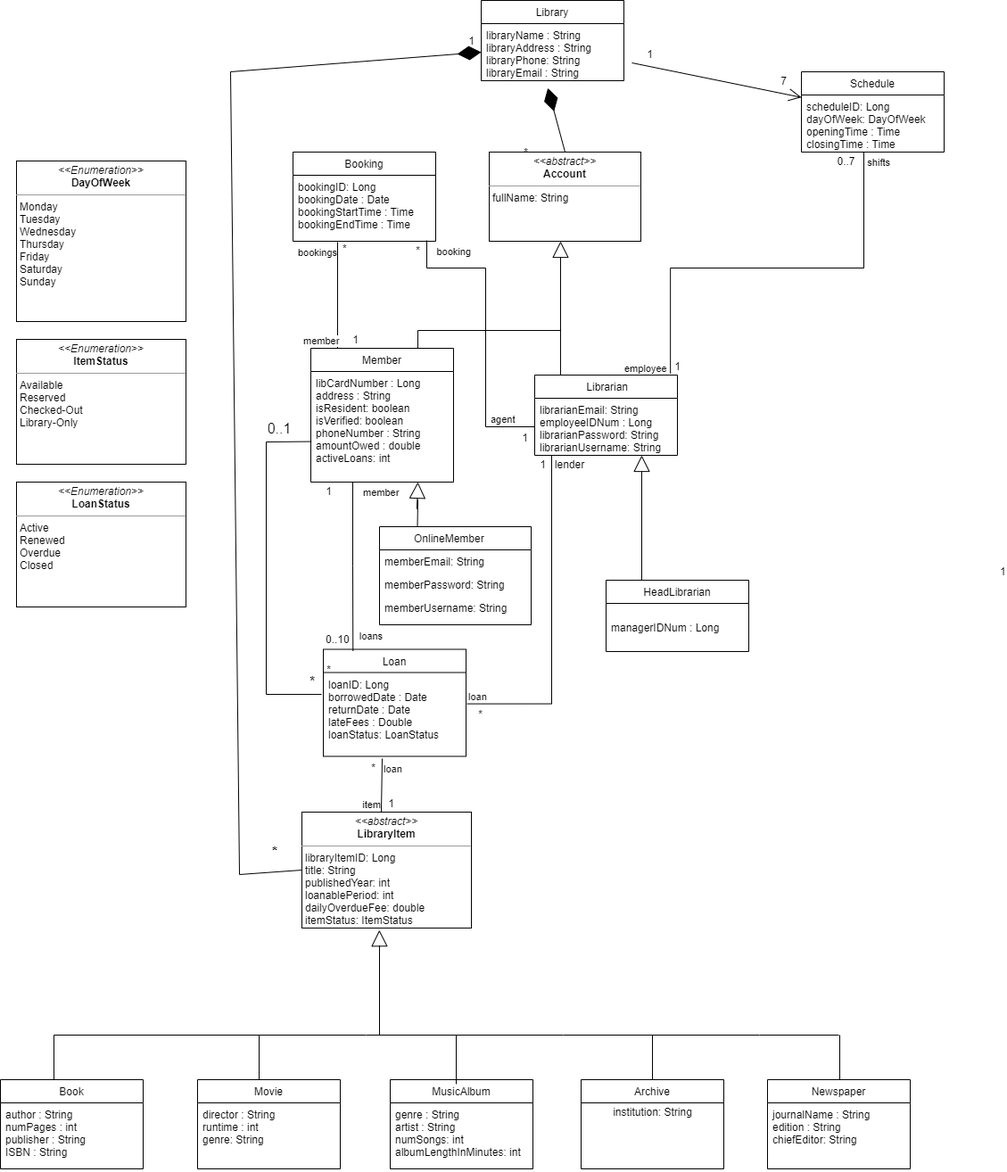
Before: UML-Group -UML.drawio.png, a diagram exported from draw.io (McGill-ECSE321-Fall2021/project-group-09). Source tidied: cells renumbered, new cells last; positions are measured from the earlier drawing's top-left corner, leaving out a move shared by most shapes.
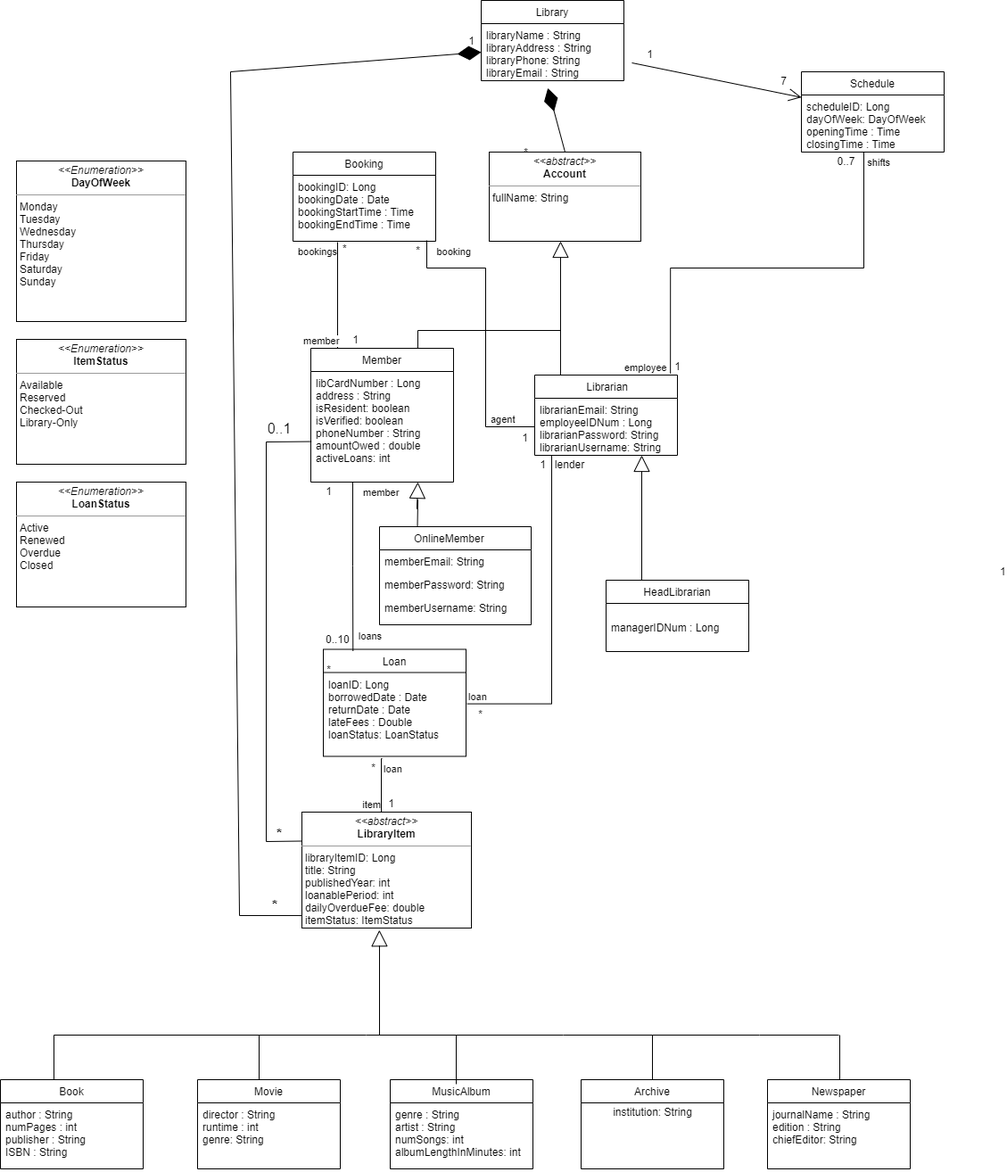
After the change.

Commit message:
fix domain model update for reserve association between member and library item

The edit, as a diff of the source:
```diff
@@ -383,10 +383,10 @@
     <mxCell id="94" value="&lt;p style=&quot;margin: 0px ; margin-top: 4px ; text-align: center&quot;&gt;&lt;i&gt;&amp;lt;&amp;lt;Enumeration&amp;gt;&amp;gt;&lt;/i&gt;&lt;br&gt;&lt;b&gt;DayOfWeek&lt;/b&gt;&lt;/p&gt;&lt;hr size=&quot;1&quot;&gt;&lt;p style=&quot;margin: 0px ; margin-left: 4px&quot;&gt;Monday&lt;/p&gt;&lt;p style=&quot;margin: 0px ; margin-left: 4px&quot;&gt;Tuesday&lt;/p&gt;&lt;p style=&quot;margin: 0px ; margin-left: 4px&quot;&gt;Wednesday&lt;/p&gt;&lt;p style=&quot;margin: 0px ; margin-left: 4px&quot;&gt;Thursday&lt;/p&gt;&lt;p style=&quot;margin: 0px ; margin-left: 4px&quot;&gt;Friday&lt;/p&gt;&lt;p style=&quot;margin: 0px ; margin-left: 4px&quot;&gt;Saturday&lt;/p&gt;&lt;p style=&quot;margin: 0px ; margin-left: 4px&quot;&gt;Sunday&lt;/p&gt;" style="verticalAlign=top;align=left;overflow=fill;fontSize=12;fontFamily=Helvetica;html=1;" parent="1" vertex="1">
       <mxGeometry x="18" y="180" width="190" height="180" as="geometry" />
     </mxCell>
-    <mxCell id="95" style="endArrow=diamondThin;endFill=1;endSize=24;html=1;rounded=0;entryX=0;entryY=0.5;entryDx=0;entryDy=0;exitX=0;exitY=0.5;exitDx=0;exitDy=0;" parent="1" edge="1" source="92" target="3">
+    <mxCell id="95" style="endArrow=diamondThin;endFill=1;endSize=24;html=1;rounded=0;entryX=0;entryY=0.5;entryDx=0;entryDy=0;exitX=-0.002;exitY=0.892;exitDx=0;exitDy=0;exitPerimeter=0;" parent="1" edge="1" source="92" target="3">
       <mxGeometry relative="1" as="geometry">
         <Array as="points">
-          <mxPoint x="268" y="980" />
+          <mxPoint x="268" y="1026" />
           <mxPoint x="258" y="80" />
         </Array>
       </mxGeometry>
@@ -395,21 +395,21 @@
       <mxGeometry x="358" y="540" width="20" height="20" as="geometry" />
     </mxCell>
     <mxCell id="97" value="*" style="text;html=1;strokeColor=none;fillColor=none;align=center;verticalAlign=middle;whiteSpace=wrap;rounded=0;fontSize=16;fontStyle=1;" parent="1" vertex="1">
-      <mxGeometry x="278" y="940" width="60" height="30" as="geometry" />
+      <mxGeometry x="278" y="1000" width="60" height="30" as="geometry" />
     </mxCell>
-    <mxCell id="98" style="endArrow=none;html=1;rounded=0;entryX=0.004;entryY=0.689;entryDx=0;entryDy=0;entryPerimeter=0;exitX=-0.012;exitY=0.292;exitDx=0;exitDy=0;exitPerimeter=0;" parent="1" edge="1" source="13" target="7">
+    <mxCell id="98" style="endArrow=none;html=1;rounded=0;entryX=0.004;entryY=0.689;entryDx=0;entryDy=0;entryPerimeter=0;exitX=0;exitY=0.25;exitDx=0;exitDy=0;" parent="1" edge="1" source="92" target="7">
       <mxGeometry relative="1" as="geometry">
         <Array as="points">
-          <mxPoint x="298" y="778" />
+          <mxPoint x="298" y="943" />
           <mxPoint x="298" y="495" />
         </Array>
       </mxGeometry>
     </mxCell>
+    <mxCell id="100" value="&lt;font style=&quot;font-size: 16px&quot;&gt;0..1&lt;br&gt;&lt;/font&gt;" style="text;html=1;strokeColor=none;fillColor=none;align=center;verticalAlign=middle;whiteSpace=wrap;rounded=0;" parent="1" vertex="1">
+      <mxGeometry x="298" y="470" width="30" height="20" as="geometry" />
+    </mxCell>
-    <mxCell id="99" value="&lt;font style=&quot;font-size: 16px&quot;&gt;*&lt;/font&gt;" style="text;html=1;strokeColor=none;fillColor=none;align=center;verticalAlign=middle;whiteSpace=wrap;rounded=0;" parent="1" vertex="1">
-      <mxGeometry x="345" y="754" width="10" height="20" as="geometry" />
+    <mxCell id="99" value="*" style="text;html=1;strokeColor=none;fillColor=none;align=center;verticalAlign=middle;whiteSpace=wrap;rounded=0;fontSize=16;fontStyle=1;" parent="1" vertex="1">
+      <mxGeometry x="283" y="920" width="60" height="30" as="geometry" />
     </mxCell>
-    <mxCell id="100" value="&lt;font style=&quot;font-size: 16px&quot;&gt;0..1&lt;br&gt;&lt;/font&gt;" style="text;html=1;strokeColor=none;fillColor=none;align=center;verticalAlign=middle;whiteSpace=wrap;rounded=0;" parent="1" vertex="1">
-      <mxGeometry x="298" y="470" width="30" height="20" as="geometry" />
-    </mxCell>
   </root>
 </mxGraphModel>
```
